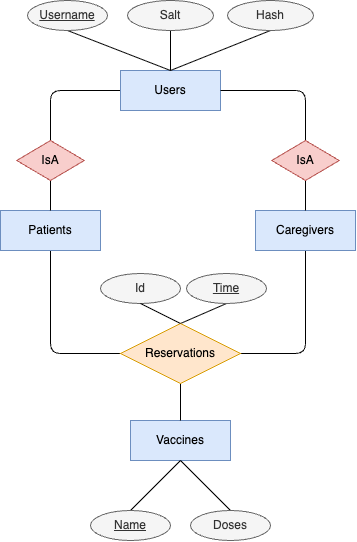
Earlier version of the draw.io export src/main/resources/er_diagram.png (LiyangTseng/vaccine-scheduler-java). Source tidied: cells renumbered, new cells last; positions are measured from the earlier drawing's top-left corner, leaving out a move shared by most shapes. Its diagram source:
```xml
<mxGraphModel>
  <root>
    <mxCell id="0" />
    <mxCell id="1" parent="0" />
    <mxCell id="2" style="edgeStyle=none;html=1;exitX=0.5;exitY=1;exitDx=0;exitDy=0;entryX=0;entryY=0.5;entryDx=0;entryDy=0;endArrow=none;endFill=0;" parent="1" edge="1" source="3" target="27">
      <mxGeometry relative="1" as="geometry">
        <Array as="points">
          <mxPoint x="50" y="353" />
        </Array>
      </mxGeometry>
    </mxCell>
    <mxCell id="3" value="Patients" style="whiteSpace=wrap;html=1;align=center;fillColor=#dae8fc;strokeColor=#6c8ebf;" parent="1" vertex="1">
      <mxGeometry y="210" width="100" height="40" as="geometry" />
    </mxCell>
    <mxCell id="4" style="edgeStyle=none;html=1;exitX=0.5;exitY=1;exitDx=0;exitDy=0;entryX=1;entryY=0.5;entryDx=0;entryDy=0;endArrow=none;endFill=0;" parent="1" edge="1" source="5" target="27">
      <mxGeometry relative="1" as="geometry">
        <Array as="points">
          <mxPoint x="305" y="353" />
        </Array>
      </mxGeometry>
    </mxCell>
    <mxCell id="5" value="Caregivers" style="whiteSpace=wrap;html=1;align=center;fillColor=#dae8fc;strokeColor=#6c8ebf;" parent="1" vertex="1">
      <mxGeometry x="255" y="210" width="100" height="40" as="geometry" />
    </mxCell>
    <mxCell id="6" value="Vaccines" style="whiteSpace=wrap;html=1;align=center;fillColor=#dae8fc;strokeColor=#6c8ebf;" parent="1" vertex="1">
      <mxGeometry x="130" y="420" width="100" height="40" as="geometry" />
    </mxCell>
    <mxCell id="7" style="edgeStyle=none;html=1;entryX=0.5;entryY=0;entryDx=0;entryDy=0;exitX=0;exitY=0.5;exitDx=0;exitDy=0;endArrow=none;endFill=0;" parent="1" edge="1" source="8" target="24">
      <mxGeometry relative="1" as="geometry">
        <Array as="points">
          <mxPoint x="50" y="90" />
        </Array>
      </mxGeometry>
    </mxCell>
    <mxCell id="8" value="Users" style="whiteSpace=wrap;html=1;align=center;fillColor=#dae8fc;strokeColor=#6c8ebf;" parent="1" vertex="1">
      <mxGeometry x="120" y="70" width="100" height="40" as="geometry" />
    </mxCell>
    <mxCell id="9" style="edgeStyle=none;html=1;exitX=0.5;exitY=1;exitDx=0;exitDy=0;entryX=0.5;entryY=0;entryDx=0;entryDy=0;endArrow=none;endFill=0;" parent="1" edge="1" source="24" target="3">
      <mxGeometry relative="1" as="geometry" />
    </mxCell>
    <mxCell id="10" style="edgeStyle=none;html=1;entryX=0.5;entryY=0;entryDx=0;entryDy=0;exitX=1;exitY=0.5;exitDx=0;exitDy=0;endArrow=none;endFill=0;" parent="1" edge="1" source="8" target="25">
      <mxGeometry relative="1" as="geometry">
        <Array as="points">
          <mxPoint x="305" y="90" />
        </Array>
      </mxGeometry>
    </mxCell>
    <mxCell id="11" style="edgeStyle=none;html=1;exitX=0.5;exitY=1;exitDx=0;exitDy=0;entryX=0.5;entryY=0;entryDx=0;entryDy=0;endArrow=none;endFill=0;" parent="1" edge="1" source="25" target="5">
      <mxGeometry relative="1" as="geometry" />
    </mxCell>
    <mxCell id="12" style="edgeStyle=none;html=1;exitX=0.5;exitY=1;exitDx=0;exitDy=0;entryX=0.5;entryY=0;entryDx=0;entryDy=0;endArrow=none;endFill=0;" parent="1" edge="1" source="13" target="8">
      <mxGeometry relative="1" as="geometry" />
    </mxCell>
    <mxCell id="13" value="&lt;u&gt;Username&lt;/u&gt;" style="ellipse;whiteSpace=wrap;html=1;align=center;fillColor=#f5f5f5;fontColor=#333333;strokeColor=#666666;" parent="1" vertex="1">
      <mxGeometry x="27" width="80" height="30" as="geometry" />
    </mxCell>
    <mxCell id="14" style="edgeStyle=none;html=1;exitX=0.5;exitY=1;exitDx=0;exitDy=0;entryX=0.5;entryY=0;entryDx=0;entryDy=0;endArrow=none;endFill=0;" parent="1" edge="1" source="15" target="8">
      <mxGeometry relative="1" as="geometry" />
    </mxCell>
    <mxCell id="15" value="Salt" style="ellipse;whiteSpace=wrap;html=1;align=center;fillColor=#f5f5f5;fontColor=#333333;strokeColor=#666666;" parent="1" vertex="1">
      <mxGeometry x="127" width="86" height="30" as="geometry" />
    </mxCell>
    <mxCell id="16" style="edgeStyle=none;html=1;exitX=0.5;exitY=1;exitDx=0;exitDy=0;entryX=0.5;entryY=0;entryDx=0;entryDy=0;endArrow=none;endFill=0;" parent="1" edge="1" source="17" target="8">
      <mxGeometry relative="1" as="geometry" />
    </mxCell>
    <mxCell id="17" value="Hash" style="ellipse;whiteSpace=wrap;html=1;align=center;fillColor=#f5f5f5;fontColor=#333333;strokeColor=#666666;" parent="1" vertex="1">
      <mxGeometry x="227" width="86" height="30" as="geometry" />
    </mxCell>
    <mxCell id="18" style="edgeStyle=none;html=1;exitX=0.5;exitY=0;exitDx=0;exitDy=0;endArrow=none;endFill=0;entryX=0.5;entryY=1;entryDx=0;entryDy=0;" parent="1" edge="1" source="19" target="6">
      <mxGeometry relative="1" as="geometry" />
    </mxCell>
    <mxCell id="19" value="&lt;u&gt;Name&lt;/u&gt;" style="ellipse;whiteSpace=wrap;html=1;align=center;fillColor=#f5f5f5;fontColor=#333333;strokeColor=#666666;" parent="1" vertex="1">
      <mxGeometry x="90" y="510" width="80" height="30" as="geometry" />
    </mxCell>
    <mxCell id="20" style="edgeStyle=none;html=1;exitX=0.5;exitY=0;exitDx=0;exitDy=0;entryX=0.5;entryY=1;entryDx=0;entryDy=0;endArrow=none;endFill=0;" parent="1" edge="1" source="21" target="6">
      <mxGeometry relative="1" as="geometry" />
    </mxCell>
    <mxCell id="21" value="Doses" style="ellipse;whiteSpace=wrap;html=1;align=center;fillColor=#f5f5f5;fontColor=#333333;strokeColor=#666666;" parent="1" vertex="1">
      <mxGeometry x="190" y="510" width="80" height="30" as="geometry" />
    </mxCell>
    <mxCell id="22" style="edgeStyle=none;html=1;exitX=0.5;exitY=1;exitDx=0;exitDy=0;entryX=0.5;entryY=0;entryDx=0;entryDy=0;endArrow=none;endFill=0;" parent="1" edge="1" source="23" target="27">
      <mxGeometry relative="1" as="geometry" />
    </mxCell>
    <mxCell id="23" value="&lt;u&gt;Time&lt;/u&gt;" style="ellipse;whiteSpace=wrap;html=1;align=center;fillColor=#f5f5f5;fontColor=#333333;strokeColor=#666666;" parent="1" vertex="1">
      <mxGeometry x="186" y="273" width="80" height="30" as="geometry" />
    </mxCell>
    <mxCell id="24" value="&lt;span style=&quot;color: rgb(0, 0, 0);&quot;&gt;IsA&lt;/span&gt;" style="shape=rhombus;perimeter=rhombusPerimeter;whiteSpace=wrap;html=1;align=center;fillColor=#f8cecc;strokeColor=#b85450;" parent="1" vertex="1">
      <mxGeometry x="16.2" y="140" width="67.5" height="40" as="geometry" />
    </mxCell>
    <mxCell id="25" value="&lt;span style=&quot;color: rgb(0, 0, 0);&quot;&gt;IsA&lt;/span&gt;" style="shape=rhombus;perimeter=rhombusPerimeter;whiteSpace=wrap;html=1;align=center;fillColor=#f8cecc;strokeColor=#b85450;" parent="1" vertex="1">
      <mxGeometry x="271.2" y="140" width="67.5" height="40" as="geometry" />
    </mxCell>
    <mxCell id="26" style="edgeStyle=none;html=1;exitX=0.5;exitY=1;exitDx=0;exitDy=0;endArrow=none;endFill=0;" parent="1" edge="1" source="27" target="6">
      <mxGeometry relative="1" as="geometry" />
    </mxCell>
    <mxCell id="27" value="&lt;span style=&quot;color: rgb(0, 0, 0);&quot;&gt;Reservations&lt;/span&gt;" style="shape=rhombus;perimeter=rhombusPerimeter;whiteSpace=wrap;html=1;align=center;fillColor=#ffe6cc;strokeColor=#d79b00;" parent="1" vertex="1">
      <mxGeometry x="120" y="323" width="120" height="60" as="geometry" />
    </mxCell>
    <mxCell id="28" value="Id" style="ellipse;whiteSpace=wrap;html=1;align=center;fillColor=#f5f5f5;fontColor=#333333;strokeColor=#666666;" parent="1" vertex="1">
      <mxGeometry x="100" y="273" width="80" height="30" as="geometry" />
    </mxCell>
    <mxCell id="29" style="edgeStyle=none;html=1;exitX=0.5;exitY=1;exitDx=0;exitDy=0;entryX=0.5;entryY=0;entryDx=0;entryDy=0;endArrow=none;endFill=0;" parent="1" edge="1" source="28" target="27">
      <mxGeometry relative="1" as="geometry" />
    </mxCell>
  </root>
</mxGraphModel>
```
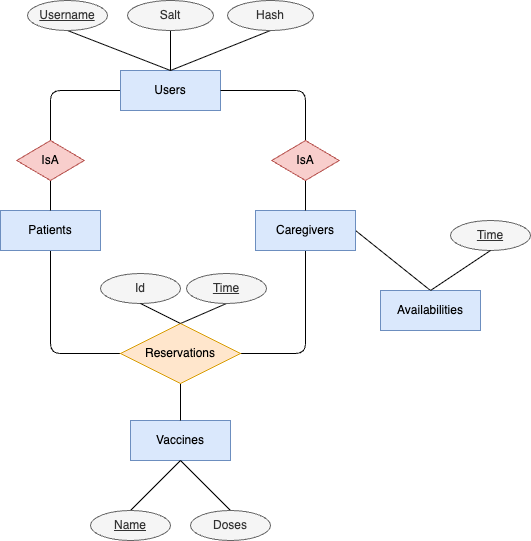
After the commit.

Change to the diagram source:
```diff
@@ -19,6 +19,9 @@
         </Array>
       </mxGeometry>
     </mxCell>
+    <mxCell id="30" style="edgeStyle=none;html=1;exitX=1;exitY=0.5;exitDx=0;exitDy=0;entryX=0.5;entryY=0;entryDx=0;entryDy=0;endArrow=none;endFill=0;" parent="1" edge="1" source="5" target="31">
+      <mxGeometry relative="1" as="geometry" />
+    </mxCell>
     <mxCell id="5" value="Caregivers" style="whiteSpace=wrap;html=1;align=center;fillColor=#dae8fc;strokeColor=#6c8ebf;" parent="1" vertex="1">
       <mxGeometry x="255" y="210" width="100" height="40" as="geometry" />
     </mxCell>
@@ -102,5 +105,14 @@
     <mxCell id="29" style="edgeStyle=none;html=1;exitX=0.5;exitY=1;exitDx=0;exitDy=0;entryX=0.5;entryY=0;entryDx=0;entryDy=0;endArrow=none;endFill=0;" parent="1" edge="1" source="28" target="27">
       <mxGeometry relative="1" as="geometry" />
     </mxCell>
+    <mxCell id="31" value="Availabilities" style="whiteSpace=wrap;html=1;align=center;fillColor=#dae8fc;strokeColor=#6c8ebf;" parent="1" vertex="1">
+      <mxGeometry x="380" y="290" width="100" height="40" as="geometry" />
+    </mxCell>
+    <mxCell id="32" value="&lt;u&gt;Time&lt;/u&gt;" style="ellipse;whiteSpace=wrap;html=1;align=center;fillColor=#f5f5f5;fontColor=#333333;strokeColor=#666666;" parent="1" vertex="1">
+      <mxGeometry x="450" y="220" width="80" height="30" as="geometry" />
+    </mxCell>
+    <mxCell id="33" style="edgeStyle=none;html=1;exitX=0.5;exitY=1;exitDx=0;exitDy=0;entryX=0.5;entryY=0;entryDx=0;entryDy=0;endArrow=none;endFill=0;" parent="1" edge="1" source="32" target="31">
+      <mxGeometry relative="1" as="geometry" />
+    </mxCell>
   </root>
 </mxGraphModel>
```
